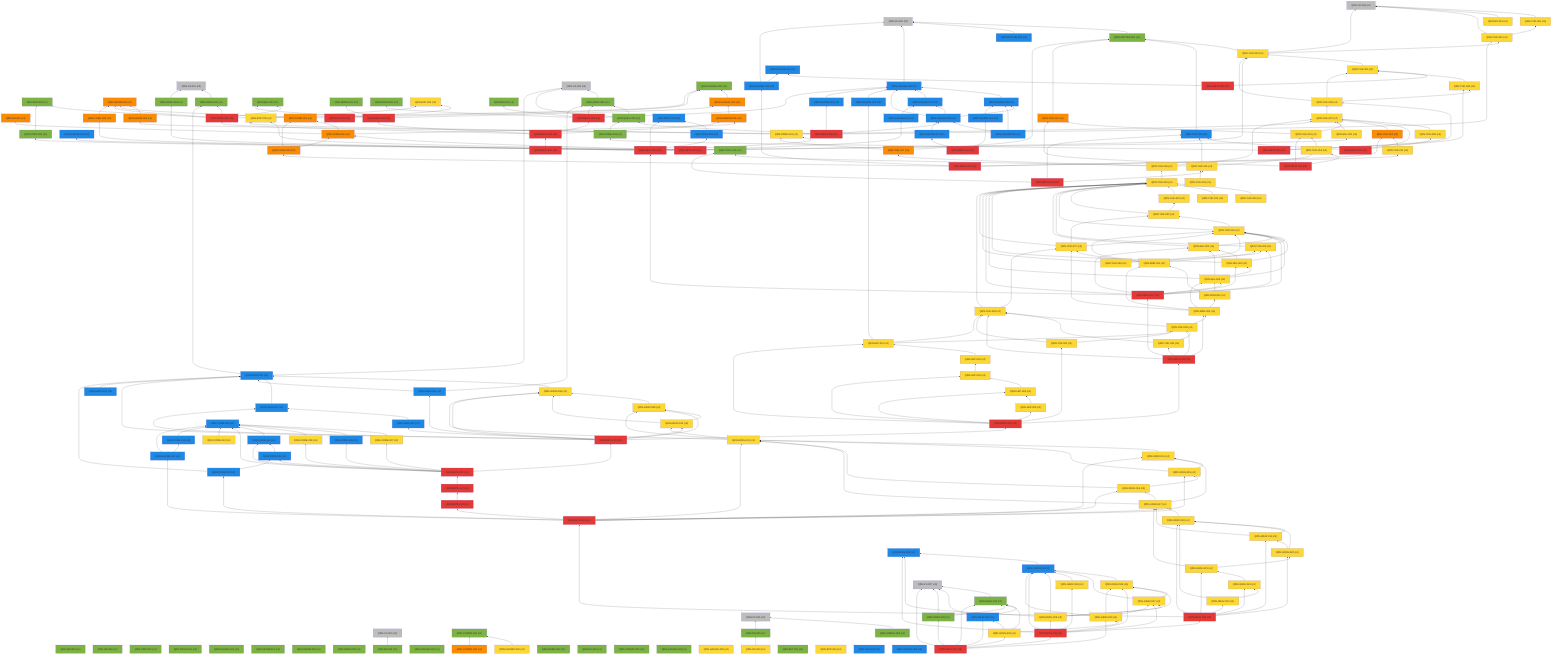
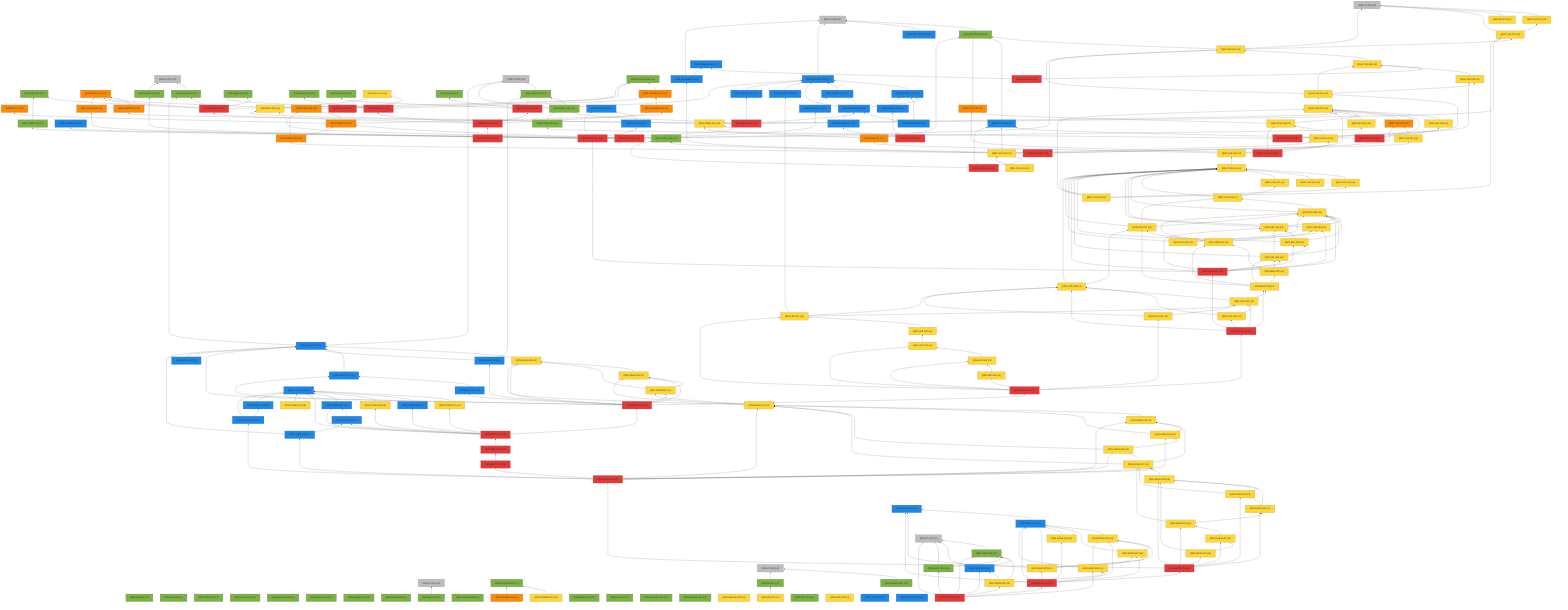
%% 自動生成 (dag/report.pl) — QRN 主張依存グラフ
graph BT
  QRN_C0_001["QRN-C0-001 (c0)"]:::c0
  QRN_C0_002["QRN-C0-002 (c0)"]:::c0
  QRN_C0_003["QRN-C0-003 (c0)"]:::c0
  QRN_C0_004["QRN-C0-004 (c0)"]:::c0
  QRN_C0_005["QRN-C0-005 (c0)"]:::c0
  QRN_C0_006["QRN-C0-006 (c0)"]:::c0
  QRN_QM_001["QRN-QM-001 (c1)"]:::c1
  QRN_GR_001["QRN-GR-001 (c1)"]:::c1
  QRN_STAT_001["QRN-STAT-001 (c1)"]:::c1
  QRN_FIELD_001["QRN-FIELD-001 (c1)"]:::c1
  QRN_GAUGE_001["QRN-GAUGE-001 (c1)"]:::c1
  QRN_ENT_001["QRN-ENT-001 (c1)"]:::c1
  QRN_GEOM_001["QRN-GEOM-001 (c1)"]:::c1
  QRN_GEOM_002["QRN-GEOM-002 (c1)"]:::c1
  QRN_GEOM_003["QRN-GEOM-003 (c3)"]:::c3
  QRN_GRAV_001["QRN-GRAV-001 (c1)"]:::c1
  QRN_GRAV_002["QRN-GRAV-002 (c1)"]:::c1
  QRN_BH_001["QRN-BH-001 (c1)"]:::c1
  QRN_CAUSAL_001["QRN-CAUSAL-001 (c1)"]:::c1
  QRN_CAUSAL_002["QRN-CAUSAL-002 (c3)"]:::c3
  QRN_ER_001["QRN-ER-001 (c3)"]:::c3
  QRN_QEC_001["QRN-QEC-001 (c1)"]:::c1
  QRN_GAUGE_002["QRN-GAUGE-002 (c1)"]:::c1
  QRN_COSMO_001["QRN-COSMO-001 (c1)"]:::c1
  QRN_COSMO_002["QRN-COSMO-002 (c4)"]:::c4
  QRN_COSMO_003["QRN-COSMO-003 (c3)"]:::c3
  QRN_BORN_001["QRN-BORN-001 (c1)"]:::c1
  QRN_BORN_002["QRN-BORN-002 (c1)"]:::c1
  QRN_GRAV_003["QRN-GRAV-003 (c1)"]:::c1
  QRN_KK_001["QRN-KK-001 (c1)"]:::c1
  QRN_MATTER_001["QRN-MATTER-001 (c1)"]:::c1
  QRN_MATTER_002["QRN-MATTER-002 (c2)"]:::c2
  QRN_COSMO_004["QRN-COSMO-004 (c1)"]:::c1
  QRN_EXP_001["QRN-EXP-001 (c4)"]:::c4
  QRN_GAUGE_003["QRN-GAUGE-003 (c2)"]:::c2
  QRN_GAUGE_004["QRN-GAUGE-004 (c1)"]:::c1
  QRN_GAUGE_005["QRN-GAUGE-005 (c4)"]:::c4
  QRN_YUK_001["QRN-YUK-001 (c4)"]:::c4
  QRN_RG_001["QRN-RG-001 (c1)"]:::c1
  QRN_UNRUH_001["QRN-UNRUH-001 (c1)"]:::c1
  QRN_QNEC_001["QRN-QNEC-001 (c1)"]:::c1
  QRN_NU_001["QRN-NU-001 (c4)"]:::c4
  QRN_GAUGE_006["QRN-GAUGE-006 (c2)"]:::c2
  QRN_DS_001["QRN-DS-001 (c1)"]:::c1
  QRN_DS_002["QRN-DS-002 (c4)"]:::c4
  QRN_ARROW_001["QRN-ARROW-001 (c3)"]:::c3
  QRN_GAUGE_007["QRN-GAUGE-007 (c2)"]:::c2
  QRN_EFT_001["QRN-EFT-001 (c1)"]:::c1
  QRN_GAUGE_008["QRN-GAUGE-008 (c2)"]:::c2
  QRN_GAUGE_009["QRN-GAUGE-009 (c2)"]:::c2
  QRN_GAUGE_010["QRN-GAUGE-010 (c2)"]:::c2
  QRN_QNEC_002["QRN-QNEC-002 (c1)"]:::c1
  QRN_GEOM_004["QRN-GEOM-004 (c3)"]:::c3
  QRN_YUK_002["QRN-YUK-002 (c4)"]:::c4
  QRN_EXP_002["QRN-EXP-002 (c5)"]:::c5
  QRN_CORE_001["QRN-CORE-001 (c3)"]:::c3
  QRN_GAUGE_011["QRN-GAUGE-011 (c2)"]:::c2
  QRN_GAUGE_012["QRN-GAUGE-012 (c2)"]:::c2
  QRN_YUK_003["QRN-YUK-003 (c4)"]:::c4
  QRN_EXP_003["QRN-EXP-003 (c4)"]:::c4
  QRN_CORE_002["QRN-CORE-002 (c3)"]:::c3
  QRN_GAUGE_013["QRN-GAUGE-013 (c2)"]:::c2
  QRN_YUK_004["QRN-YUK-004 (c4)"]:::c4
  QRN_GAUGE_014["QRN-GAUGE-014 (c2)"]:::c2
  QRN_META_001["QRN-META-001 (c5)"]:::c5
  QRN_META_002["QRN-META-002 (c5)"]:::c5
  QRN_META_003["QRN-META-003 (c5)"]:::c5
  QRN_META_004["QRN-META-004 (c5)"]:::c5
  QRN_META_005["QRN-META-005 (c5)"]:::c5
  QRN_META_006["QRN-META-006 (c5)"]:::c5
  QRN_META_007["QRN-META-007 (c5)"]:::c5
  QRN_META_008["QRN-META-008 (c5)"]:::c5
  QRN_YUK_005["QRN-YUK-005 (c4)"]:::c4
  QRN_YUK_006["QRN-YUK-006 (c4)"]:::c4
  QRN_CORE_003["QRN-CORE-003 (c1)"]:::c1
  QRN_META_009["QRN-META-009 (c5)"]:::c5
  QRN_YUK_007["QRN-YUK-007 (c4)"]:::c4
  QRN_YUK_008["QRN-YUK-008 (c4)"]:::c4
  QRN_YUK_009["QRN-YUK-009 (c2)"]:::c2
  QRN_META_010["QRN-META-010 (c5)"]:::c5
  QRN_GAUGE_015["QRN-GAUGE-015 (c2)"]:::c2
  QRN_YUK_010["QRN-YUK-010 (c3)"]:::c3
  QRN_YUK_011["QRN-YUK-011 (c4)"]:::c4
  QRN_CORE_004["QRN-CORE-004 (c3)"]:::c3
  QRN_META_011["QRN-META-011 (c5)"]:::c5
  QRN_YUK_012["QRN-YUK-012 (c3)"]:::c3
  QRN_YUK_013["QRN-YUK-013 (c4)"]:::c4
  QRN_YUK_014["QRN-YUK-014 (c4)"]:::c4
  QRN_META_012["QRN-META-012 (c5)"]:::c5
  QRN_TOOL_001["QRN-TOOL-001 (c1)"]:::c1
  QRN_YUK_015["QRN-YUK-015 (c4)"]:::c4
  QRN_META_013["QRN-META-013 (c5)"]:::c5
  QRN_GAUGE_016["QRN-GAUGE-016 (c2)"]:::c2
  QRN_GAUGE_017["QRN-GAUGE-017 (c2)"]:::c2
  QRN_META_014["QRN-META-014 (c5)"]:::c5
  QRN_META_015["QRN-META-015 (c2)"]:::c2
  QRN_TOOL_002["QRN-TOOL-002 (c2)"]:::c2
  QRN_CORE_005["QRN-CORE-005 (c3)"]:::c3
  QRN_CONT_001["QRN-CONT-001 (c1)"]:::c1
  QRN_SEL_001["QRN-SEL-001 (c4)"]:::c4
  QRN_GRAV_004["QRN-GRAV-004 (c1)"]:::c1
  QRN_PRED_001["QRN-PRED-001 (c4)"]:::c4
  QRN_META_016["QRN-META-016 (c5)"]:::c5
  QRN_YUK_016["QRN-YUK-016 (c4)"]:::c4
  QRN_YUK_017["QRN-YUK-017 (c3)"]:::c3
  QRN_YUK_018["QRN-YUK-018 (c4)"]:::c4
  QRN_YUK_019["QRN-YUK-019 (c4)"]:::c4
  QRN_YUK_020["QRN-YUK-020 (c4)"]:::c4
  QRN_YUK_021["QRN-YUK-021 (c4)"]:::c4
  QRN_YUK_022["QRN-YUK-022 (c4)"]:::c4
  QRN_YUK_023["QRN-YUK-023 (c4)"]:::c4
  QRN_YUK_024["QRN-YUK-024 (c4)"]:::c4
  QRN_YUK_025["QRN-YUK-025 (c4)"]:::c4
  QRN_SEL_002["QRN-SEL-002 (c4)"]:::c4
  QRN_SEL_003["QRN-SEL-003 (c4)"]:::c4
  QRN_SEL_004["QRN-SEL-004 (c4)"]:::c4
  QRN_META_017["QRN-META-017 (c5)"]:::c5
  QRN_YUK_026["QRN-YUK-026 (c4)"]:::c4
  QRN_YUK_027["QRN-YUK-027 (c4)"]:::c4
  QRN_MSR_001["QRN-MSR-001 (c4)"]:::c4
  QRN_MSR_002["QRN-MSR-002 (c4)"]:::c4
  QRN_MSR_003["QRN-MSR-003 (c4)"]:::c4
  QRN_YUK_028["QRN-YUK-028 (c4)"]:::c4
  QRN_YUK_029["QRN-YUK-029 (c4)"]:::c4
  QRN_YUK_030["QRN-YUK-030 (c4)"]:::c4
  QRN_META_018["QRN-META-018 (c5)"]:::c5
  QRN_YUK_031["QRN-YUK-031 (c4)"]:::c4
  QRN_LEP_001["QRN-LEP-001 (c4)"]:::c4
  QRN_LEP_002["QRN-LEP-002 (c4)"]:::c4
  QRN_LEP_003["QRN-LEP-003 (c4)"]:::c4
  QRN_LEP_004["QRN-LEP-004 (c4)"]:::c4
  QRN_LEP_005["QRN-LEP-005 (c4)"]:::c4
  QRN_META_019["QRN-META-019 (c5)"]:::c5
  QRN_GRAV_005["QRN-GRAV-005 (c2)"]:::c2
  QRN_GRAV_006["QRN-GRAV-006 (c4)"]:::c4
  QRN_GRAV_007["QRN-GRAV-007 (c2)"]:::c2
  QRN_GRAV_008["QRN-GRAV-008 (c4)"]:::c4
  QRN_GRAV_009["QRN-GRAV-009 (c2)"]:::c2
  QRN_GRAV_010["QRN-GRAV-010 (c4)"]:::c4
  QRN_GRAV_011["QRN-GRAV-011 (c2)"]:::c2
  QRN_META_020["QRN-META-020 (c5)"]:::c5
  QRN_CORE_006["QRN-CORE-006 (c2)"]:::c2
  QRN_CORE_007["QRN-CORE-007 (c4)"]:::c4
  QRN_CORE_008["QRN-CORE-008 (c2)"]:::c2
  QRN_CORE_009["QRN-CORE-009 (c4)"]:::c4
  QRN_CORE_010["QRN-CORE-010 (c2)"]:::c2
  QRN_CORE_011["QRN-CORE-011 (c2)"]:::c2
  QRN_META_021["QRN-META-021 (c5)"]:::c5
  QRN_CORE_012["QRN-CORE-012 (c4)"]:::c4
  QRN_EXP_004["QRN-EXP-004 (c4)"]:::c4
  QRN_CORE_013["QRN-CORE-013 (c2)"]:::c2
  QRN_GRAV_012["QRN-GRAV-012 (c2)"]:::c2
  QRN_YUK_032["QRN-YUK-032 (c2)"]:::c2
  QRN_GAUGE_018["QRN-GAUGE-018 (c2)"]:::c2
  QRN_META_022["QRN-META-022 (c5)"]:::c5
  QRN_META_023["QRN-META-023 (c5)"]:::c5
  QRN_CORE_014["QRN-CORE-014 (c2)"]:::c2
  QRN_GRAV_013["QRN-GRAV-013 (c4)"]:::c4
  QRN_GRAV_014["QRN-GRAV-014 (c4)"]:::c4
  QRN_GRAV_015["QRN-GRAV-015 (c4)"]:::c4
  QRN_GRAV_016["QRN-GRAV-016 (c4)"]:::c4
  QRN_GRAV_017["QRN-GRAV-017 (c4)"]:::c4
  QRN_GAUGE_019["QRN-GAUGE-019 (c2)"]:::c2
  QRN_META_024["QRN-META-024 (c5)"]:::c5
  QRN_GRAV_018["QRN-GRAV-018 (c4)"]:::c4
  QRN_GRAV_019["QRN-GRAV-019 (c4)"]:::c4
  QRN_GRAV_020["QRN-GRAV-020 (c4)"]:::c4
  QRN_GRAV_021["QRN-GRAV-021 (c4)"]:::c4
  QRN_GRAV_022["QRN-GRAV-022 (c4)"]:::c4
  QRN_GRAV_023["QRN-GRAV-023 (c4)"]:::c4
  QRN_META_025["QRN-META-025 (c5)"]:::c5
  QRN_GRAV_024["QRN-GRAV-024 (c2)"]:::c2
  QRN_GRAV_025["QRN-GRAV-025 (c2)"]:::c2
  QRN_GRAV_026["QRN-GRAV-026 (c4)"]:::c4
  QRN_GRAV_027["QRN-GRAV-027 (c4)"]:::c4
  QRN_GRAV_028["QRN-GRAV-028 (c4)"]:::c4
  QRN_GRAV_029["QRN-GRAV-029 (c4)"]:::c4
  QRN_META_026["QRN-META-026 (c5)"]:::c5
  QRN_GRAV_030["QRN-GRAV-030 (c4)"]:::c4
  QRN_C0_007["QRN-C0-007 (c0)"]:::c0
  QRN_GRAV_031["QRN-GRAV-031 (c1)"]:::c1
  QRN_GRAV_032["QRN-GRAV-032 (c2)"]:::c2
  QRN_GRAV_033["QRN-GRAV-033 (c4)"]:::c4
  QRN_GRAV_034["QRN-GRAV-034 (c1)"]:::c1
  QRN_META_027["QRN-META-027 (c5)"]:::c5
+   QRN_YUK_033["QRN-YUK-033 (c4)"]:::c4
  QRN_GRAV_001 --> QRN_C0_001
  QRN_BH_001 --> QRN_C0_003
  QRN_CAUSAL_002 --> QRN_CAUSAL_001
  QRN_COSMO_002 --> QRN_COSMO_001
  QRN_COSMO_003 --> QRN_COSMO_001
  QRN_MATTER_001 --> QRN_C0_005
  QRN_MATTER_002 --> QRN_C0_005
  QRN_GAUGE_003 --> QRN_C0_005
  QRN_YUK_001 --> QRN_C0_006
  QRN_UNRUH_001 --> QRN_C0_004
  QRN_QNEC_001 --> QRN_C0_002
  QRN_NU_001 --> QRN_C0_006
  QRN_GAUGE_006 --> QRN_GAUGE_003
  QRN_DS_001 --> QRN_C0_004
  QRN_DS_002 --> QRN_DS_001
  QRN_ARROW_001 --> QRN_CAUSAL_002
  QRN_GAUGE_007 --> QRN_GAUGE_003
  QRN_GAUGE_008 --> QRN_GAUGE_003
  QRN_GAUGE_008 --> QRN_GAUGE_006
  QRN_GAUGE_008 --> QRN_GAUGE_007
  QRN_GAUGE_009 --> QRN_GAUGE_003
  QRN_GAUGE_010 --> QRN_GAUGE_006
  QRN_GAUGE_010 --> QRN_GAUGE_008
  QRN_QNEC_002 --> QRN_C0_002
  QRN_QNEC_002 --> QRN_QNEC_001
  QRN_GEOM_004 --> QRN_GEOM_003
  QRN_YUK_002 --> QRN_C0_006
  QRN_YUK_002 --> QRN_YUK_001
  QRN_EXP_002 --> QRN_EXP_001
  QRN_CORE_001 --> QRN_GEOM_003
  QRN_CORE_001 --> QRN_CAUSAL_001
  QRN_GAUGE_011 --> QRN_GAUGE_003
  QRN_YUK_003 --> QRN_C0_006
  QRN_YUK_003 --> QRN_MATTER_001
  QRN_YUK_003 --> QRN_YUK_002
  QRN_EXP_003 --> QRN_EXP_001
  QRN_CORE_002 --> QRN_CORE_001
  QRN_CORE_002 --> QRN_ER_001
  QRN_CORE_002 --> QRN_ARROW_001
  QRN_GAUGE_013 --> QRN_GAUGE_007
  QRN_YUK_004 --> QRN_YUK_003
  QRN_META_001 --> QRN_GEOM_003
  QRN_META_001 --> QRN_GRAV_001
  QRN_META_001 --> QRN_CAUSAL_001
  QRN_META_001 --> QRN_QEC_001
  QRN_META_001 --> QRN_ENT_001
  QRN_META_002 --> QRN_QEC_001
  QRN_META_002 --> QRN_BORN_001
  QRN_META_002 --> QRN_CAUSAL_002
  QRN_META_003 --> QRN_GAUGE_003
  QRN_META_003 --> QRN_RG_001
  QRN_META_003 --> QRN_QNEC_001
  QRN_META_003 --> QRN_GRAV_003
  QRN_META_004 --> QRN_META_001
  QRN_META_004 --> QRN_META_002
  QRN_META_004 --> QRN_META_003
  QRN_META_004 --> QRN_ARROW_001
  QRN_META_005 --> QRN_META_004
  QRN_META_006 --> QRN_GAUGE_008
  QRN_META_006 --> QRN_QNEC_002
  QRN_META_006 --> QRN_GEOM_004
  QRN_META_006 --> QRN_YUK_002
  QRN_META_006 --> QRN_GAUGE_011
  QRN_META_007 --> QRN_GAUGE_012
  QRN_META_007 --> QRN_YUK_003
  QRN_META_007 --> QRN_EXP_003
  QRN_META_007 --> QRN_CORE_002
  QRN_META_007 --> QRN_GAUGE_013
  QRN_META_008 --> QRN_YUK_004
  QRN_META_008 --> QRN_GAUGE_014
  QRN_YUK_005 --> QRN_YUK_004
  QRN_YUK_006 --> QRN_YUK_003
  QRN_YUK_006 --> QRN_YUK_004
  QRN_YUK_006 --> QRN_YUK_005
  QRN_CORE_003 --> QRN_QNEC_002
  QRN_META_009 --> QRN_YUK_005
  QRN_META_009 --> QRN_YUK_006
  QRN_META_009 --> QRN_CORE_003
  QRN_YUK_007 --> QRN_YUK_006
  QRN_YUK_008 --> QRN_YUK_007
  QRN_YUK_009 --> QRN_MATTER_001
  QRN_META_010 --> QRN_YUK_007
  QRN_META_010 --> QRN_YUK_008
  QRN_META_010 --> QRN_YUK_009
  QRN_GAUGE_015 --> QRN_C0_005
  QRN_GAUGE_015 --> QRN_GAUGE_014
  QRN_YUK_010 --> QRN_YUK_007
  QRN_YUK_011 --> QRN_YUK_010
  QRN_CORE_004 --> QRN_CORE_001
  QRN_CORE_004 --> QRN_CORE_002
  QRN_META_011 --> QRN_GAUGE_015
  QRN_META_011 --> QRN_YUK_010
  QRN_META_011 --> QRN_YUK_011
  QRN_META_011 --> QRN_CORE_004
  QRN_YUK_012 --> QRN_MATTER_001
  QRN_YUK_013 --> QRN_YUK_012
  QRN_YUK_013 --> QRN_YUK_007
  QRN_YUK_014 --> QRN_YUK_013
  QRN_META_012 --> QRN_YUK_012
  QRN_META_012 --> QRN_YUK_013
  QRN_META_012 --> QRN_YUK_014
  QRN_YUK_015 --> QRN_YUK_014
  QRN_YUK_015 --> QRN_TOOL_001
  QRN_YUK_015 --> QRN_YUK_009
  QRN_META_013 --> QRN_YUK_015
  QRN_META_013 --> QRN_TOOL_001
  QRN_META_013 --> QRN_YUK_009
  QRN_GAUGE_016 --> QRN_GAUGE_006
  QRN_GAUGE_017 --> QRN_GAUGE_008
  QRN_META_014 --> QRN_GAUGE_016
  QRN_META_014 --> QRN_GAUGE_017
  QRN_TOOL_002 --> QRN_META_015
  QRN_CORE_005 --> QRN_GEOM_003
  QRN_CONT_001 --> QRN_ENT_001
  QRN_SEL_001 --> QRN_YUK_007
  QRN_GRAV_004 --> QRN_C0_001
  QRN_PRED_001 --> QRN_YUK_007
  QRN_PRED_001 --> QRN_EXP_003
  QRN_META_016 --> QRN_META_015
  QRN_META_016 --> QRN_TOOL_002
  QRN_META_016 --> QRN_CORE_005
  QRN_META_016 --> QRN_CONT_001
  QRN_META_016 --> QRN_SEL_001
  QRN_META_016 --> QRN_GRAV_004
  QRN_META_016 --> QRN_PRED_001
  QRN_YUK_016 --> QRN_YUK_015
  QRN_YUK_017 --> QRN_MATTER_001
  QRN_YUK_017 --> QRN_PRED_001
  QRN_YUK_018 --> QRN_YUK_017
  QRN_YUK_018 --> QRN_YUK_007
  QRN_YUK_019 --> QRN_YUK_018
  QRN_YUK_020 --> QRN_YUK_019
  QRN_YUK_021 --> QRN_YUK_019
  QRN_YUK_022 --> QRN_YUK_019
  QRN_YUK_023 --> QRN_YUK_019
  QRN_YUK_023 --> QRN_YUK_022
  QRN_YUK_024 --> QRN_YUK_019
  QRN_YUK_024 --> QRN_YUK_023
  QRN_YUK_025 --> QRN_YUK_019
  QRN_YUK_025 --> QRN_YUK_024
  QRN_SEL_002 --> QRN_YUK_019
  QRN_SEL_002 --> QRN_YUK_024
  QRN_SEL_003 --> QRN_YUK_019
  QRN_SEL_003 --> QRN_YUK_024
  QRN_SEL_003 --> QRN_SEL_002
  QRN_SEL_004 --> QRN_YUK_019
  QRN_SEL_004 --> QRN_YUK_024
  QRN_SEL_004 --> QRN_SEL_002
  QRN_SEL_004 --> QRN_SEL_003
  QRN_META_017 --> QRN_META_016
  QRN_META_017 --> QRN_YUK_019
  QRN_META_017 --> QRN_YUK_024
  QRN_META_017 --> QRN_YUK_025
  QRN_META_017 --> QRN_SEL_002
  QRN_META_017 --> QRN_SEL_003
  QRN_META_017 --> QRN_SEL_004
  QRN_YUK_026 --> QRN_YUK_019
  QRN_YUK_026 --> QRN_YUK_024
  QRN_YUK_026 --> QRN_YUK_025
  QRN_YUK_027 --> QRN_YUK_019
  QRN_YUK_027 --> QRN_YUK_023
  QRN_YUK_027 --> QRN_YUK_024
  QRN_MSR_001 --> QRN_YUK_024
  QRN_MSR_001 --> QRN_YUK_025
  QRN_MSR_001 --> QRN_YUK_027
  QRN_MSR_002 --> QRN_SEL_004
  QRN_MSR_002 --> QRN_MSR_001
  QRN_MSR_003 --> QRN_MSR_001
  QRN_MSR_003 --> QRN_MSR_002
  QRN_MSR_003 --> QRN_SEL_004
  QRN_MSR_003 --> QRN_YUK_027
  QRN_YUK_028 --> QRN_YUK_019
  QRN_YUK_028 --> QRN_YUK_027
  QRN_YUK_029 --> QRN_YUK_028
  QRN_YUK_029 --> QRN_MSR_003
  QRN_YUK_030 --> QRN_YUK_028
  QRN_YUK_030 --> QRN_YUK_029
  QRN_META_018 --> QRN_META_017
  QRN_META_018 --> QRN_MSR_003
  QRN_META_018 --> QRN_YUK_028
  QRN_META_018 --> QRN_YUK_029
  QRN_META_018 --> QRN_YUK_030
  QRN_YUK_031 --> QRN_YUK_028
  QRN_YUK_031 --> QRN_YUK_029
  QRN_LEP_001 --> QRN_YUK_028
  QRN_LEP_001 --> QRN_YUK_029
  QRN_LEP_001 --> QRN_GAUGE_009
  QRN_LEP_002 --> QRN_LEP_001
  QRN_LEP_003 --> QRN_LEP_002
  QRN_LEP_004 --> QRN_LEP_003
  QRN_LEP_005 --> QRN_LEP_004
  QRN_META_019 --> QRN_META_018
  QRN_META_019 --> QRN_YUK_031
  QRN_META_019 --> QRN_LEP_001
  QRN_META_019 --> QRN_LEP_003
  QRN_META_019 --> QRN_LEP_004
  QRN_META_019 --> QRN_LEP_005
  QRN_GRAV_005 --> QRN_C0_002
  QRN_GRAV_005 --> QRN_GRAV_001
  QRN_GRAV_006 --> QRN_GRAV_005
  QRN_GRAV_007 --> QRN_GRAV_005
  QRN_GRAV_008 --> QRN_GRAV_006
  QRN_GRAV_009 --> QRN_GRAV_005
  QRN_GRAV_009 --> QRN_QNEC_001
  QRN_GRAV_010 --> QRN_GRAV_006
  QRN_GRAV_010 --> QRN_GRAV_008
  QRN_GRAV_011 --> QRN_GRAV_007
  QRN_META_020 --> QRN_META_019
  QRN_META_020 --> QRN_GRAV_005
  QRN_META_020 --> QRN_GRAV_006
  QRN_META_020 --> QRN_GRAV_007
  QRN_META_020 --> QRN_GRAV_008
  QRN_META_020 --> QRN_GRAV_009
  QRN_META_020 --> QRN_GRAV_010
  QRN_META_020 --> QRN_GRAV_011
  QRN_CORE_007 --> QRN_CORE_006
  QRN_CORE_008 --> QRN_CORE_006
  QRN_CORE_009 --> QRN_CORE_006
  QRN_CORE_010 --> QRN_CORE_006
  QRN_CORE_011 --> QRN_CORE_010
  QRN_META_021 --> QRN_META_020
  QRN_META_021 --> QRN_CORE_006
  QRN_META_021 --> QRN_CORE_007
  QRN_META_021 --> QRN_CORE_008
  QRN_META_021 --> QRN_CORE_009
  QRN_META_021 --> QRN_CORE_010
  QRN_META_021 --> QRN_CORE_011
  QRN_CORE_012 --> QRN_CORE_006
  QRN_CORE_013 --> QRN_CORE_006
  QRN_GRAV_012 --> QRN_GRAV_005
  QRN_META_022 --> QRN_META_021
  QRN_META_023 --> QRN_META_022
  QRN_CORE_014 --> QRN_CORE_011
  QRN_CORE_014 --> QRN_GRAV_005
  QRN_GRAV_013 --> QRN_GRAV_006
  QRN_GRAV_013 --> QRN_GRAV_008
  QRN_GRAV_013 --> QRN_GRAV_010
  QRN_GRAV_014 --> QRN_GRAV_013
  QRN_GRAV_015 --> QRN_GRAV_013
  QRN_GRAV_015 --> QRN_GRAV_014
  QRN_GRAV_016 --> QRN_GRAV_013
  QRN_GRAV_016 --> QRN_GRAV_015
  QRN_GRAV_017 --> QRN_GRAV_013
  QRN_GRAV_017 --> QRN_GRAV_014
  QRN_GRAV_017 --> QRN_GRAV_016
  QRN_GAUGE_019 --> QRN_CORE_006
  QRN_GAUGE_019 --> QRN_CORE_013
  QRN_META_024 --> QRN_CORE_014
  QRN_META_024 --> QRN_GRAV_013
  QRN_META_024 --> QRN_GRAV_014
  QRN_META_024 --> QRN_GRAV_015
  QRN_META_024 --> QRN_GRAV_016
  QRN_META_024 --> QRN_GRAV_017
  QRN_META_024 --> QRN_GAUGE_019
  QRN_META_024 --> QRN_META_023
  QRN_GRAV_018 --> QRN_GRAV_017
  QRN_GRAV_019 --> QRN_GRAV_017
  QRN_GRAV_019 --> QRN_GRAV_018
  QRN_GRAV_020 --> QRN_GRAV_018
  QRN_GRAV_020 --> QRN_GRAV_019
  QRN_GRAV_021 --> QRN_GRAV_017
  QRN_GRAV_021 --> QRN_GRAV_020
  QRN_GRAV_022 --> QRN_GRAV_021
  QRN_GRAV_023 --> QRN_GRAV_018
  QRN_GRAV_023 --> QRN_GRAV_022
  QRN_META_025 --> QRN_GRAV_018
  QRN_META_025 --> QRN_GRAV_019
  QRN_META_025 --> QRN_GRAV_020
  QRN_META_025 --> QRN_GRAV_021
  QRN_META_025 --> QRN_GRAV_022
  QRN_META_025 --> QRN_GRAV_023
  QRN_META_025 --> QRN_META_024
  QRN_GRAV_025 --> QRN_GRAV_024
  QRN_GRAV_026 --> QRN_GRAV_025
  QRN_GRAV_027 --> QRN_GRAV_025
  QRN_GRAV_027 --> QRN_GRAV_026
  QRN_GRAV_028 --> QRN_GRAV_025
  QRN_GRAV_029 --> QRN_GRAV_024
  QRN_GRAV_029 --> QRN_GRAV_025
  QRN_GRAV_029 --> QRN_GRAV_026
  QRN_GRAV_029 --> QRN_GRAV_027
  QRN_META_026 --> QRN_GRAV_024
  QRN_META_026 --> QRN_GRAV_025
  QRN_META_026 --> QRN_GRAV_026
  QRN_META_026 --> QRN_GRAV_027
  QRN_META_026 --> QRN_GRAV_028
  QRN_META_026 --> QRN_GRAV_029
  QRN_META_026 --> QRN_META_025
  QRN_GRAV_030 --> QRN_GRAV_025
  QRN_GRAV_030 --> QRN_GRAV_026
  QRN_GRAV_030 --> QRN_GRAV_027
  QRN_GRAV_031 --> QRN_C0_007
  QRN_GRAV_032 --> QRN_C0_007
  QRN_GRAV_032 --> QRN_GRAV_031
  QRN_GRAV_033 --> QRN_GRAV_030
  QRN_GRAV_033 --> QRN_GRAV_031
  QRN_GRAV_033 --> QRN_GRAV_032
  QRN_GRAV_034 --> QRN_C0_007
  QRN_GRAV_034 --> QRN_GRAV_031
  QRN_META_027 --> QRN_C0_007
  QRN_META_027 --> QRN_GRAV_030
  QRN_META_027 --> QRN_GRAV_031
  QRN_META_027 --> QRN_GRAV_032
  QRN_META_027 --> QRN_GRAV_033
  QRN_META_027 --> QRN_GRAV_034
  QRN_META_027 --> QRN_META_026
+   QRN_YUK_033 --> QRN_YUK_002
+   QRN_YUK_033 --> QRN_YUK_007
+   QRN_YUK_033 --> QRN_YUK_019
+   QRN_YUK_033 --> QRN_YUK_020
  classDef c0 fill:#bdbdbd
  classDef c1 fill:#7cb342
  classDef c2 fill:#1e88e5
  classDef c3 fill:#fb8c00
  classDef c4 fill:#fdd835
  classDef c5 fill:#e53935
